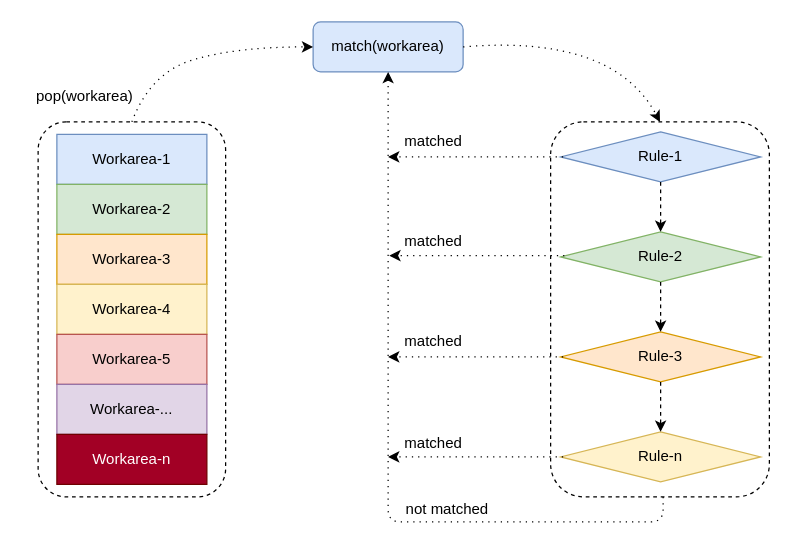
Earlier version of the draw.io diagram page "Page-5" (5 of 5) of nxladmin.drawio (linfenwen/draw_io). Source tidied: cells renumbered, new cells numbered last; positions are measured from the earlier drawing's top-left corner, leaving out a move shared by most shapes. Both pictures are drawn from the tidied source at 125%, with x=0, y=0 at pixel (21, 21).
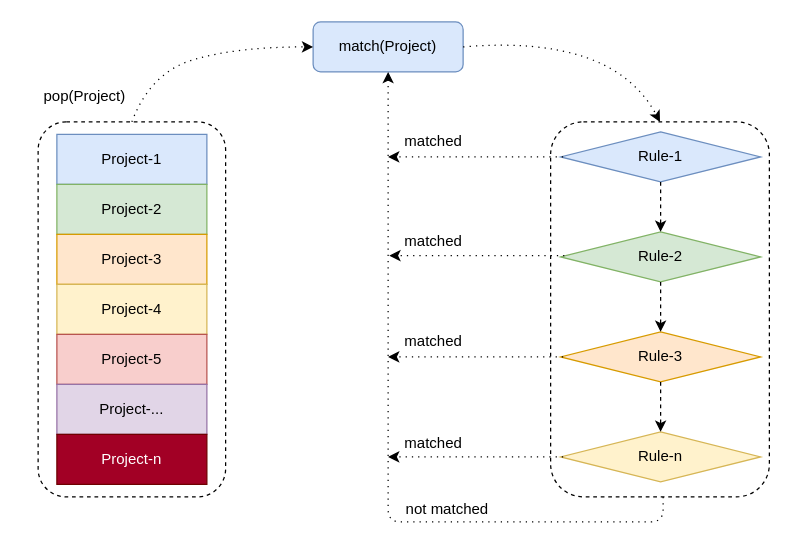
The same diagram, later.

The change refers to these unchanged cells:
```xml
<mxCell id="11" style="group;" parent="1" vertex="1">
  <mxGeometry x="13" y="80" width="150" height="300" as="geometry" />
</mxCell>
```

Diff of the diagram source:
```diff
@@
-    <mxCell id="13" value="Workarea-1" style="rounded=0;whiteSpace=wrap;html=1;fillColor=#dae8fc;strokeColor=#6c8ebf;" parent="11" vertex="1">
+    <mxCell id="13" value="Project-1" style="rounded=0;whiteSpace=wrap;html=1;fillColor=#dae8fc;strokeColor=#6c8ebf;" parent="11" vertex="1">
       <mxGeometry x="15" y="10" width="120" height="40" as="geometry" />
     </mxCell>
-    <mxCell id="14" value="Workarea-2" style="rounded=0;whiteSpace=wrap;html=1;fillColor=#d5e8d4;strokeColor=#82b366;" parent="11" vertex="1">
+    <mxCell id="14" value="Project-2" style="rounded=0;whiteSpace=wrap;html=1;fillColor=#d5e8d4;strokeColor=#82b366;" parent="11" vertex="1">
       <mxGeometry x="15" y="50" width="120" height="40" as="geometry" />
     </mxCell>
-    <mxCell id="15" value="Workarea-3" style="rounded=0;whiteSpace=wrap;html=1;fillColor=#ffe6cc;strokeColor=#d79b00;" parent="11" vertex="1">
+    <mxCell id="15" value="Project-3" style="rounded=0;whiteSpace=wrap;html=1;fillColor=#ffe6cc;strokeColor=#d79b00;" parent="11" vertex="1">
       <mxGeometry x="15" y="90" width="120" height="40" as="geometry" />
     </mxCell>
-    <mxCell id="16" value="Workarea-4" style="rounded=0;whiteSpace=wrap;html=1;fillColor=#fff2cc;strokeColor=#d6b656;" parent="11" vertex="1">
+    <mxCell id="16" value="Project-4" style="rounded=0;whiteSpace=wrap;html=1;fillColor=#fff2cc;strokeColor=#d6b656;" parent="11" vertex="1">
       <mxGeometry x="15" y="130" width="120" height="40" as="geometry" />
     </mxCell>
-    <mxCell id="17" value="Workarea-5" style="rounded=0;whiteSpace=wrap;html=1;fillColor=#f8cecc;strokeColor=#b85450;" parent="11" vertex="1">
+    <mxCell id="17" value="Project-5" style="rounded=0;whiteSpace=wrap;html=1;fillColor=#f8cecc;strokeColor=#b85450;" parent="11" vertex="1">
       <mxGeometry x="15" y="170" width="120" height="40" as="geometry" />
     </mxCell>
-    <mxCell id="18" value="Workarea-..." style="rounded=0;whiteSpace=wrap;html=1;fillColor=#e1d5e7;strokeColor=#9673a6;" parent="11" vertex="1">
+    <mxCell id="18" value="Project-..." style="rounded=0;whiteSpace=wrap;html=1;fillColor=#e1d5e7;strokeColor=#9673a6;" parent="11" vertex="1">
       <mxGeometry x="15" y="210" width="120" height="40" as="geometry" />
     </mxCell>
-    <mxCell id="19" value="Workarea-n" style="rounded=0;whiteSpace=wrap;html=1;fillColor=#a20025;strokeColor=#6F0000;fontColor=#ffffff;" parent="11" vertex="1">
+    <mxCell id="19" value="Project-n" style="rounded=0;whiteSpace=wrap;html=1;fillColor=#a20025;strokeColor=#6F0000;fontColor=#ffffff;" parent="11" vertex="1">
       <mxGeometry x="15" y="250" width="120" height="40" as="geometry" />
     </mxCell>
-    <mxCell id="20" value="match(workarea)" style="rounded=1;whiteSpace=wrap;html=1;fillColor=#dae8fc;strokeColor=#6c8ebf;" parent="1" vertex="1">
+    <mxCell id="20" value="match(Project)" style="rounded=1;whiteSpace=wrap;html=1;fillColor=#dae8fc;strokeColor=#6c8ebf;" parent="1" vertex="1">
       <mxGeometry x="233" width="120" height="40" as="geometry" />
     </mxCell>
@@
-    <mxCell id="22" value="pop(workarea)" style="text;html=1;align=center;verticalAlign=middle;strokeColor=none;" parent="1" vertex="1">
-      <mxGeometry y="50" width="100" height="20" as="geometry" />
+    <mxCell id="22" value="pop(Project)" style="text;html=1;align=center;verticalAlign=middle;strokeColor=none;" parent="1" vertex="1">
+      <mxGeometry x="10" y="50" width="80" height="20" as="geometry" />
     </mxCell>
```
